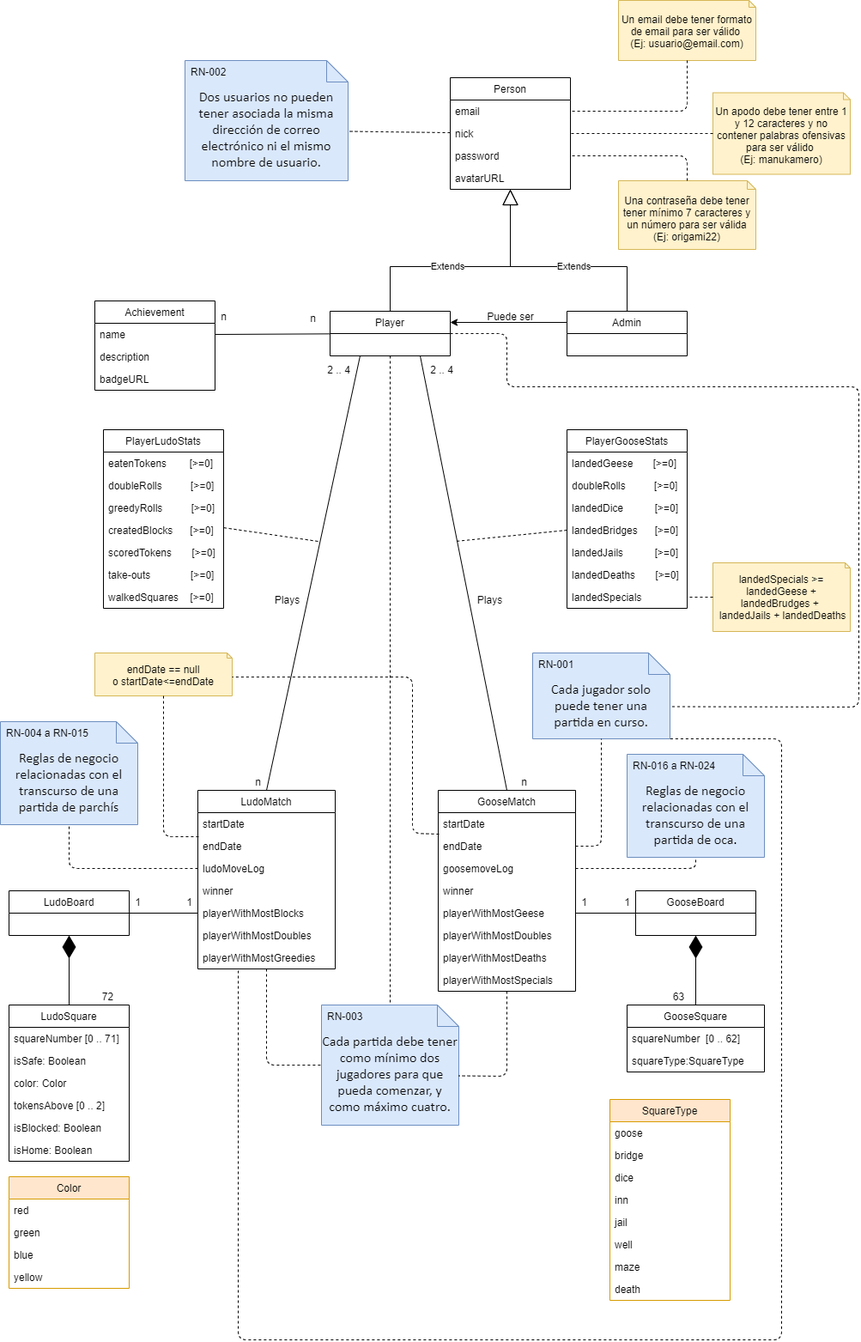
This is Modelo_de_datos.drawio.png from gii-is-DP1/dp1-2021-2022-g1-05, a draw.io export, as it was before one commit. Source tidied: cells renumbered, new cells last; positions are measured from the earlier drawing's top-left corner, leaving out a move shared by most shapes.
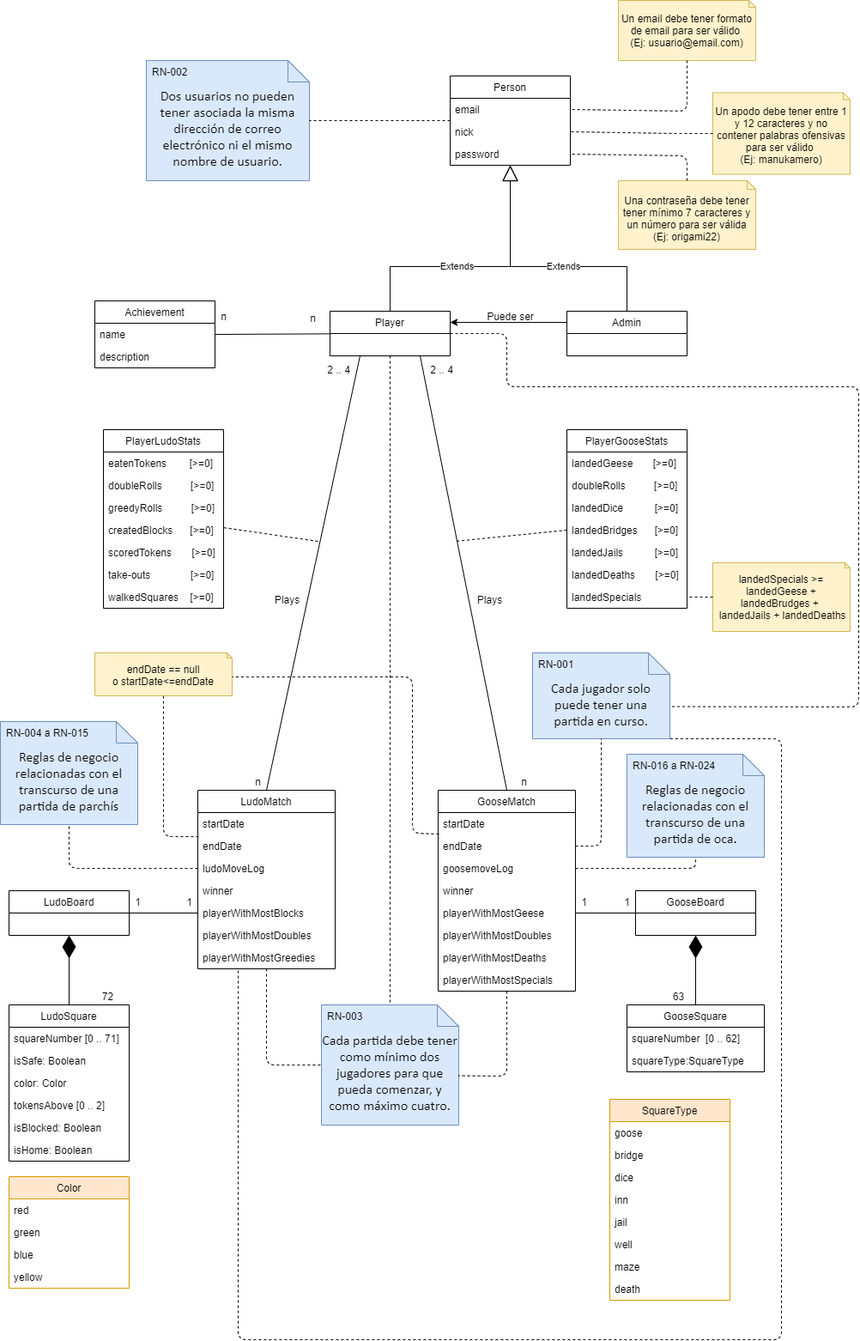
The same diagram one commit later.

Diff of the diagram source:
```diff
@@ -69,7 +69,7 @@
       <mxGeometry relative="1" as="geometry" />
     </mxCell>
     <mxCell id="24" value="Achievement" style="swimlane;fontStyle=0;horizontal=1;startSize=26;fillColor=none;" parent="1" vertex="1">
-      <mxGeometry x="110" y="350" width="140" height="104" as="geometry" />
+      <mxGeometry x="110" y="350" width="140" height="78" as="geometry" />
     </mxCell>
     <mxCell id="25" value="name" style="text;strokeColor=none;fillColor=none;align=left;verticalAlign=top;spacingLeft=4;spacingRight=4;overflow=hidden;" parent="24" vertex="1">
       <mxGeometry y="26" width="140" height="26" as="geometry" />
@@ -77,9 +77,6 @@
     <mxCell id="26" value="description" style="text;strokeColor=none;fillColor=none;align=left;verticalAlign=top;spacingLeft=4;spacingRight=4;overflow=hidden;" parent="24" vertex="1">
       <mxGeometry y="52" width="140" height="26" as="geometry" />
     </mxCell>
-    <mxCell id="27" value="badgeURL" style="text;strokeColor=none;fillColor=none;align=left;verticalAlign=top;spacingLeft=4;spacingRight=4;overflow=hidden;" parent="24" vertex="1">
-      <mxGeometry y="78" width="140" height="26" as="geometry" />
-    </mxCell>
     <mxCell id="28" style="endArrow=none;html=1;rounded=0;exitX=1;exitY=0.5;exitDx=0;exitDy=0;" parent="1" edge="1" target="2">
       <mxGeometry relative="1" as="geometry">
         <mxPoint x="250" y="389" as="sourcePoint" />
@@ -108,7 +105,7 @@
       </mxGeometry>
     </mxCell>
     <mxCell id="34" value="&lt;span id=&quot;docs-internal-guid-a5afcc15-7fff-525e-c337-a56e2c616e36&quot;&gt;&lt;p dir=&quot;ltr&quot; style=&quot;line-height: 1.2 ; margin-top: 0pt ; margin-bottom: 0pt&quot;&gt;&lt;span style=&quot;font-size: 12pt ; font-family: &amp;#34;calibri&amp;#34; , sans-serif ; background-color: transparent ; vertical-align: baseline&quot;&gt;Dos usuarios no pueden tener asociada la misma dirección de correo electrónico ni el mismo nombre de usuario.&lt;/span&gt;&lt;/p&gt;&lt;div&gt;&lt;span style=&quot;font-size: 12pt ; font-family: &amp;#34;calibri&amp;#34; , sans-serif ; background-color: transparent ; vertical-align: baseline&quot;&gt;&lt;br&gt;&lt;/span&gt;&lt;/div&gt;&lt;/span&gt;" style="shape=note2;boundedLbl=1;whiteSpace=wrap;html=1;size=25;verticalAlign=top;align=center;fillColor=#dae8fc;strokeColor=#6c8ebf;" parent="1" vertex="1">
-      <mxGeometry x="215" y="70" width="190" height="140" as="geometry" />
+      <mxGeometry x="170" y="70" width="190" height="140" as="geometry" />
     </mxCell>
     <mxCell id="35" value="RN-002" style="strokeColor=none;fillColor=none;align=left;spacingLeft=5;" parent="34" vertex="1">
       <mxGeometry width="190" height="25" relative="1" as="geometry" />
@@ -119,7 +116,7 @@
     <mxCell id="37" value="RN-003" style="strokeColor=none;fillColor=none;align=left;spacingLeft=5;" parent="36" vertex="1">
       <mxGeometry width="160" height="25" relative="1" as="geometry" />
     </mxCell>
-    <mxCell id="38" style="endArrow=none;dashed=1;endFill=0;html=1;entryX=0;entryY=0;entryDx=190;entryDy=82.5;entryPerimeter=0;" parent="1" edge="1" source="50" target="34">
+    <mxCell id="38" style="endArrow=none;dashed=1;endFill=0;html=1;" parent="1" edge="1" source="50" target="34">
       <mxGeometry relative="1" as="geometry" />
     </mxCell>
     <mxCell id="39" style="endArrow=none;dashed=1;endFill=0;html=1;entryX=0;entryY=0;entryDx=160;entryDy=82.5;entryPerimeter=0;" parent="1" edge="1" source="14" target="36">
@@ -160,7 +157,7 @@
       <mxGeometry y="182" width="140" height="26" as="geometry" />
     </mxCell>
     <mxCell id="50" value="Person" style="swimlane;fontStyle=0;horizontal=1;startSize=26;fillColor=none;" parent="1" vertex="1">
-      <mxGeometry x="524" y="90" width="140" height="130" as="geometry" />
+      <mxGeometry x="524" y="88" width="140" height="104" as="geometry" />
     </mxCell>
     <mxCell id="51" value="email" style="text;strokeColor=none;fillColor=none;align=left;verticalAlign=top;spacingLeft=4;spacingRight=4;overflow=hidden;points=[[0,0.5],[1,0.5]];portConstraint=eastwest;" parent="50" vertex="1">
       <mxGeometry y="26" width="140" height="26" as="geometry" />
@@ -171,9 +168,6 @@
     <mxCell id="53" value="password" style="text;strokeColor=none;fillColor=none;align=left;verticalAlign=top;spacingLeft=4;spacingRight=4;overflow=hidden;points=[[0,0.5],[1,0.5]];portConstraint=eastwest;" parent="50" vertex="1">
       <mxGeometry y="78" width="140" height="26" as="geometry" />
     </mxCell>
-    <mxCell id="54" value="avatarURL" style="text;strokeColor=none;fillColor=none;align=left;verticalAlign=top;spacingLeft=4;spacingRight=4;overflow=hidden;" parent="50" vertex="1">
-      <mxGeometry y="104" width="140" height="26" as="geometry" />
-    </mxCell>
     <mxCell id="55" value="Admin" style="swimlane;fontStyle=0;horizontal=1;startSize=26;fillColor=none;" parent="1" vertex="1">
       <mxGeometry x="660" y="362" width="140" height="52" as="geometry" />
     </mxCell>
```
